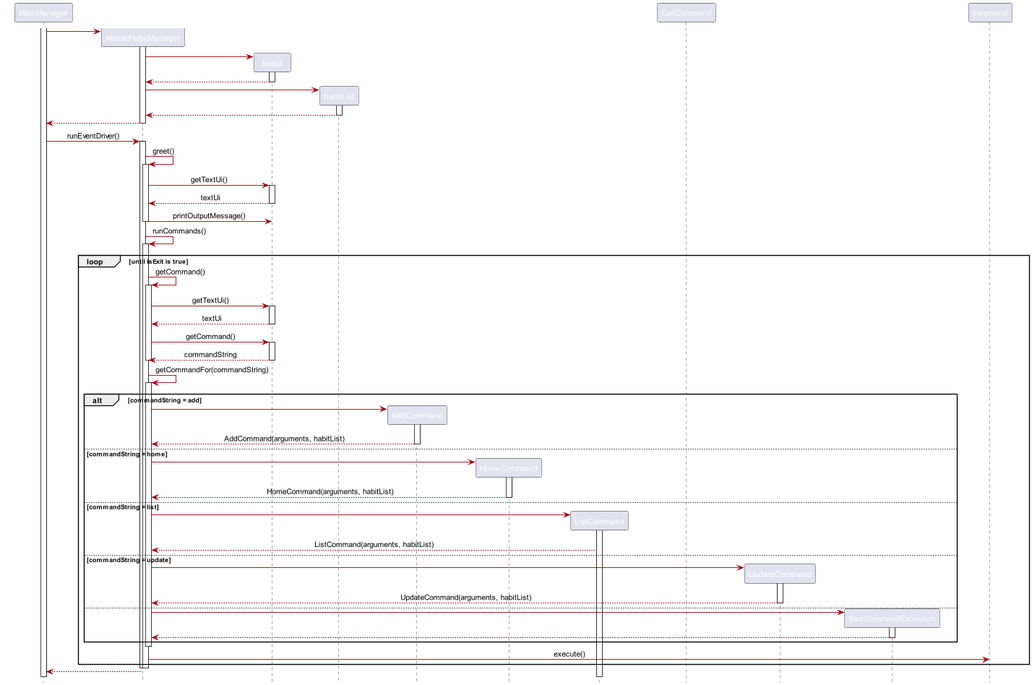
Above: docs/diagrams/AtomicHabitSequenceDiagram.png in wenxin-c/tp (PlantUML), before the change.
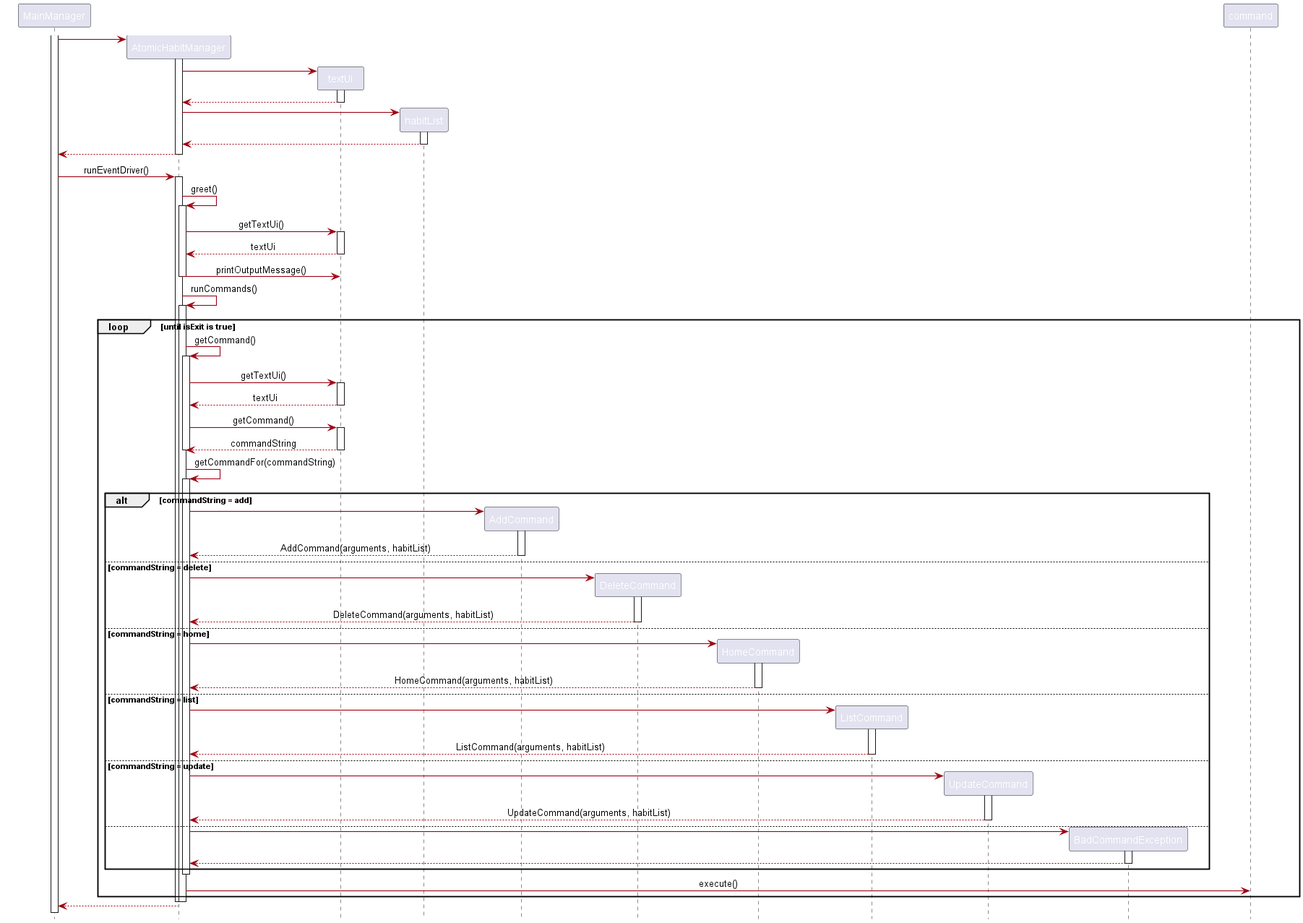
Above is the later version.

What changed in the source:
```diff
@@ -62,6 +62,12 @@
                 activate AddCommand
                 AddCommand --> AtomicHabitManager : AddCommand(arguments, habitList)
                 deactivate AddCommand
+            else commandString = delete
+                create DeleteCommand
+                AtomicHabitManager -> DeleteCommand
+                activate DeleteCommand
+                DeleteCommand --> AtomicHabitManager : DeleteCommand(arguments, habitList)
+                deactivate DeleteCommand
             else commandString = home
                 create HomeCommand
                 AtomicHabitManager -> HomeCommand
@@ -73,7 +79,7 @@
                 AtomicHabitManager -> ListCommand
                 activate ListCommand
                 ListCommand --> AtomicHabitManager : ListCommand(arguments, habitList)
-                deactivate GetCommand
+                deactivate ListCommand
             else commandString = update
                 create UpdateCommand
                 AtomicHabitManager -> UpdateCommand
```
